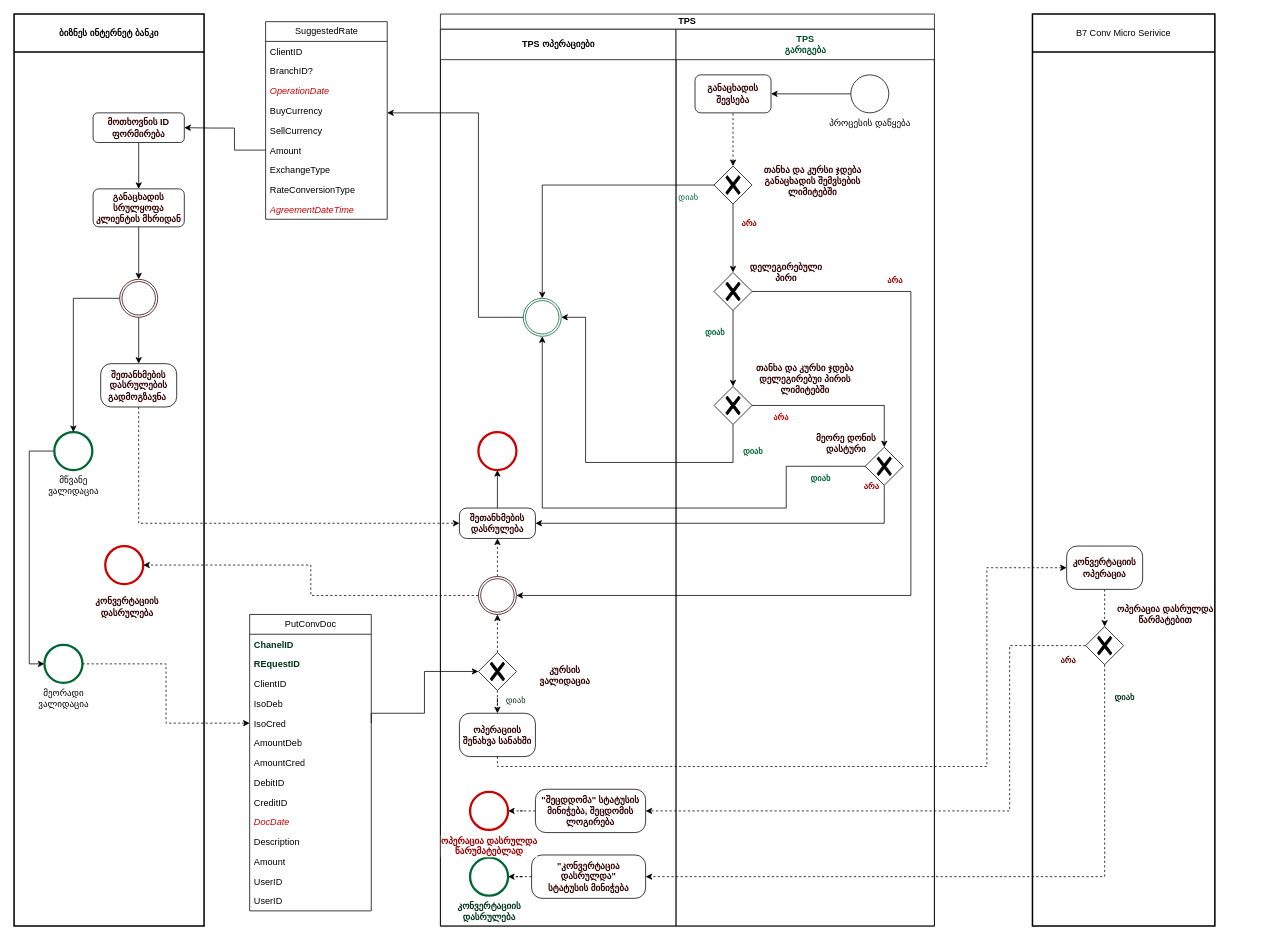
The draw.io diagram page "შეღავთიანი კურსზე სიტყვიერი შეთანხმება" (2 of 4) of RateDealProcessDiagram.drawio in vaso514d/drawio, before the edit. Source tidied: cells renumbered, new cells numbered last; positions are measured from the earlier drawing's top-left corner, leaving out a move shared by most shapes. Both pictures are drawn from the tidied source at 76%, with x=0, y=0 at pixel (14, 14).
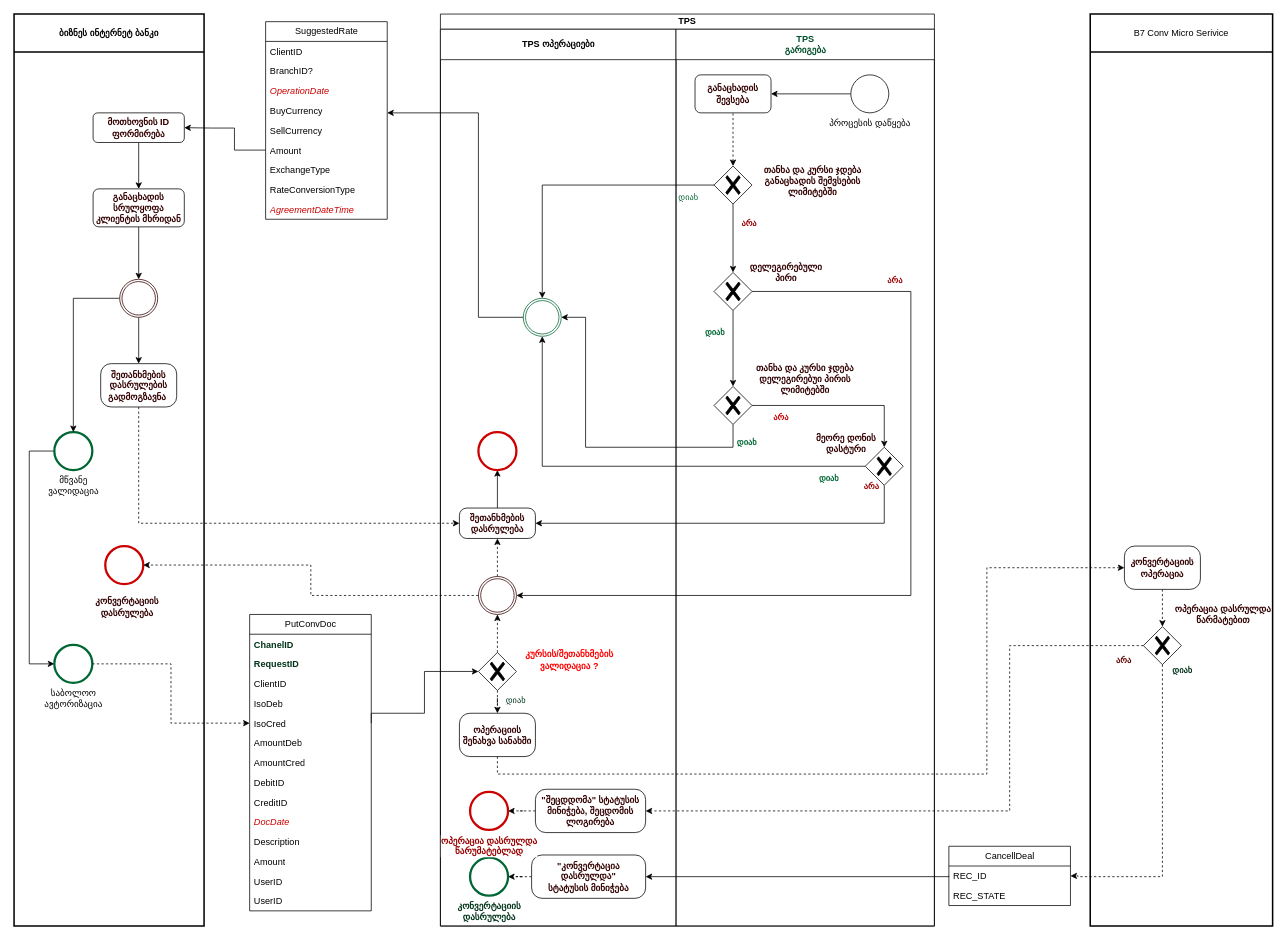
The same page after the edit.

The change refers to these unchanged cells:
```xml
<mxCell id="2" value="&lt;b&gt;ბიზნეს ინტერნეტ ბანკი&lt;/b&gt;" style="swimlane;html=1;startSize=50;fontStyle=0;horizontal=1;swimlaneLine=1;strokeWidth=2;swimlaneFillColor=#ffffff;whiteSpace=wrap;" parent="1" vertex="1">
  <mxGeometry width="250" height="1200" as="geometry" />
</mxCell>
<mxCell id="16" value="TPS" style="swimlane;html=1;startSize=20;whiteSpace=wrap;" parent="1" vertex="1">
  <mxGeometry x="561" width="650" height="1200" as="geometry" />
</mxCell>
<mxCell id="25" value="TPS ოპერაციები" style="swimlane;html=1;startSize=40;" parent="16" vertex="1">
  <mxGeometry y="20" width="310" height="1180" as="geometry" />
</mxCell>
<mxCell id="26" style="points=[[0.145,0.145,0],[0.5,0,0],[0.855,0.145,0],[1,0.5,0],[0.855,0.855,0],[0.5,1,0],[0.145,0.855,0],[0,0.5,0]];shape=mxgraph.bpmn.event;html=1;verticalLabelPosition=bottom;labelBackgroundColor=#ffffff;verticalAlign=top;align=center;perimeter=ellipsePerimeter;outlineConnect=0;outline=throwing;symbol=general;strokeColor=#006633;" parent="25" vertex="1">
  <mxGeometry x="109" y="354" width="50" height="50" as="geometry" />
</mxCell>
<mxCell id="34" value="&lt;b&gt;ოპერაციის შენახვა სანახში&lt;/b&gt;" style="rounded=1;whiteSpace=wrap;html=1;labelBackgroundColor=none;fontColor=#330000;arcSize=24;" parent="25" vertex="1">
  <mxGeometry x="25" y="900" width="100" height="57" as="geometry" />
</mxCell>
<mxCell id="39" value="&lt;b&gt;&quot;კონვერტაცია დასრულდა&quot;&lt;br&gt;სტატუსის მინიჭება&lt;br&gt;&lt;/b&gt;" style="rounded=1;whiteSpace=wrap;html=1;labelBackgroundColor=none;fontColor=#330000;arcSize=24;" parent="25" vertex="1">
  <mxGeometry x="120" y="1086.5" width="150" height="57" as="geometry" />
</mxCell>
<mxCell id="47" style="points=[[0.25,0.25,0],[0.5,0,0],[0.75,0.25,0],[1,0.5,0],[0.75,0.75,0],[0.5,1,0],[0.25,0.75,0],[0,0.5,0]];shape=mxgraph.bpmn.gateway2;html=1;verticalLabelPosition=bottom;labelBackgroundColor=#ffffff;verticalAlign=top;align=center;perimeter=rhombusPerimeter;outlineConnect=0;outline=none;symbol=none;gwType=exclusive;fontColor=#CC0000;" parent="45" vertex="1">
  <mxGeometry x="50" y="470" width="50" height="50" as="geometry" />
</mxCell>
<mxCell id="49" style="points=[[0.25,0.25,0],[0.5,0,0],[0.75,0.25,0],[1,0.5,0],[0.75,0.75,0],[0.5,1,0],[0.25,0.75,0],[0,0.5,0]];shape=mxgraph.bpmn.gateway2;html=1;verticalLabelPosition=bottom;labelBackgroundColor=#ffffff;verticalAlign=top;align=center;perimeter=rhombusPerimeter;outlineConnect=0;outline=none;symbol=none;gwType=exclusive;fontColor=#006633;" parent="45" vertex="1">
  <mxGeometry x="249" y="550" width="50" height="50" as="geometry" />
</mxCell>
<mxCell id="78" value="&lt;b&gt;კონვერტაციის&lt;br&gt;ოპერაცია&lt;br&gt;&lt;/b&gt;" style="rounded=1;whiteSpace=wrap;html=1;labelBackgroundColor=none;fontColor=#330000;arcSize=24;" parent="76" vertex="1">
  <mxGeometry x="45" y="700" width="100" height="57" as="geometry" />
</mxCell>
<mxCell id="79" style="points=[[0.25,0.25,0],[0.5,0,0],[0.75,0.25,0],[1,0.5,0],[0.75,0.75,0],[0.5,1,0],[0.25,0.75,0],[0,0.5,0]];shape=mxgraph.bpmn.gateway2;html=1;verticalLabelPosition=bottom;labelBackgroundColor=#ffffff;verticalAlign=top;align=center;perimeter=rhombusPerimeter;outlineConnect=0;outline=none;symbol=none;gwType=exclusive;fontColor=#CC0000;" parent="76" vertex="1">
  <mxGeometry x="70" y="806" width="50" height="50" as="geometry" />
</mxCell>
<mxCell id="82" value="PutConvDoc" style="swimlane;fontStyle=0;horizontal=1;startSize=26;fillColor=none;html=1;fontColor=#000000;" parent="1" vertex="1">
  <mxGeometry x="310" y="790" width="160" height="390" as="geometry" />
</mxCell>
```

Change to the diagram source:
```diff
@@
-    <mxCell id="13" value="მეორადი&lt;br&gt;ვალიდაცია" style="points=[[0.145,0.145,0],[0.5,0,0],[0.855,0.145,0],[1,0.5,0],[0.855,0.855,0],[0.5,1,0],[0.145,0.855,0],[0,0.5,0]];shape=mxgraph.bpmn.event;html=1;verticalLabelPosition=bottom;labelBackgroundColor=#ffffff;verticalAlign=top;align=center;perimeter=ellipsePerimeter;outlineConnect=0;outline=end;symbol=terminate2;fontColor=#000000;strokeColor=#006633;" parent="2" vertex="1">
-      <mxGeometry x="40" y="830" width="50" height="50" as="geometry" />
+    <mxCell id="13" value="საბოლოო&lt;br&gt;ავტორიზაცია" style="points=[[0.145,0.145,0],[0.5,0,0],[0.855,0.145,0],[1,0.5,0],[0.855,0.855,0],[0.5,1,0],[0.145,0.855,0],[0,0.5,0]];shape=mxgraph.bpmn.event;html=1;verticalLabelPosition=bottom;labelBackgroundColor=#ffffff;verticalAlign=top;align=center;perimeter=ellipsePerimeter;outlineConnect=0;outline=end;symbol=terminate2;fontColor=#000000;strokeColor=#006633;" parent="2" vertex="1">
+      <mxGeometry x="53" y="830" width="50" height="50" as="geometry" />
     </mxCell>
@@
     <mxCell id="17" style="edgeStyle=orthogonalEdgeStyle;rounded=0;jettySize=auto;html=1;fontColor=#006633;startArrow=none;startFill=0;entryX=0.5;entryY=1;entryDx=0;entryDy=0;entryPerimeter=0;exitX=0;exitY=0.5;exitDx=0;exitDy=0;exitPerimeter=0;" parent="16" edge="1" source="49" target="26">
       <mxGeometry relative="1" as="geometry">
         <Array as="points">
-          <mxPoint x="455" y="595" />
-          <mxPoint x="455" y="650" />
-          <mxPoint x="134" y="650" />
+          <mxPoint x="134" y="595" />
         </Array>
       </mxGeometry>
     </mxCell>
@@
     <mxCell id="19" style="edgeStyle=orthogonalEdgeStyle;rounded=0;jettySize=auto;html=1;exitX=0.5;exitY=1;exitDx=0;exitDy=0;exitPerimeter=0;entryX=1;entryY=0.5;entryDx=0;entryDy=0;entryPerimeter=0;" parent="16" edge="1" source="47" target="26">
       <mxGeometry relative="1" as="geometry">
         <Array as="points">
-          <mxPoint x="285" y="590" />
-          <mxPoint x="191" y="590" />
-          <mxPoint x="191" y="400" />
+          <mxPoint x="385" y="570" />
+          <mxPoint x="191" y="570" />
+          <mxPoint x="191" y="399" />
         </Array>
       </mxGeometry>
     </mxCell>
@@
-    <mxCell id="33" value="&lt;font color=&quot;#330000&quot;&gt;კურსის&lt;br&gt;ვალიდაცია&lt;br&gt;&lt;/font&gt;" style="text;html=1;strokeColor=none;fillColor=none;align=center;verticalAlign=middle;whiteSpace=wrap;rounded=0;fontColor=#CC0000;fontStyle=1;" parent="25" vertex="1">
-      <mxGeometry x="119" y="830" width="90" height="40" as="geometry" />
+    <mxCell id="33" value="&lt;font&gt;კურსის/შეთანხმების&lt;br&gt;ვალიდაცია ?&lt;br&gt;&lt;/font&gt;" style="text;html=1;strokeColor=none;fillColor=none;align=center;verticalAlign=middle;whiteSpace=wrap;rounded=0;fontColor=#FF0000;fontStyle=1;" parent="25" vertex="1">
+      <mxGeometry x="100" y="810" width="140" height="40" as="geometry" />
     </mxCell>
@@
     <mxCell id="76" value="B7 Conv Micro Serivice" style="swimlane;html=1;startSize=50;fontStyle=0;horizontal=1;swimlaneLine=1;strokeWidth=2;swimlaneFillColor=#ffffff;whiteSpace=wrap;" parent="1" vertex="1">
-      <mxGeometry x="1340" width="240" height="1200" as="geometry" />
+      <mxGeometry x="1416" width="240" height="1200" as="geometry" />
     </mxCell>
@@
-    <mxCell id="84" value="REquestID" style="text;strokeColor=none;fillColor=none;align=left;verticalAlign=top;spacingLeft=4;spacingRight=4;overflow=hidden;whiteSpace=wrap;html=1;fontColor=#00331A;fontStyle=1;" parent="82" vertex="1">
+    <mxCell id="84" value="RequestID" style="text;strokeColor=none;fillColor=none;align=left;verticalAlign=top;spacingLeft=4;spacingRight=4;overflow=hidden;whiteSpace=wrap;html=1;fontColor=#00331A;fontStyle=1;" parent="82" vertex="1">
       <mxGeometry y="52" width="160" height="26" as="geometry" />
     </mxCell>
@@
     <mxCell id="98" style="edgeStyle=orthogonalEdgeStyle;rounded=0;jettySize=auto;html=1;entryX=0;entryY=0.5;entryDx=0;entryDy=0;dashed=1;fontColor=#00331A;exitX=0.5;exitY=1;exitDx=0;exitDy=0;" parent="1" edge="1" source="34" target="78">
       <mxGeometry relative="1" as="geometry">
         <Array as="points">
-          <mxPoint x="636" y="990" />
-          <mxPoint x="1280" y="990" />
+          <mxPoint x="636" y="1000" />
+          <mxPoint x="1280" y="1000" />
           <mxPoint x="1280" y="729" />
         </Array>
       </mxGeometry>
     </mxCell>
@@
-    <mxCell id="100" style="edgeStyle=orthogonalEdgeStyle;rounded=0;jettySize=auto;html=1;dashed=1;fontColor=#00331A;entryX=1;entryY=0.5;entryDx=0;entryDy=0;exitX=0.5;exitY=1;exitDx=0;exitDy=0;exitPerimeter=0;" parent="1" edge="1" source="79" target="39">
+    <mxCell id="100" style="edgeStyle=orthogonalEdgeStyle;rounded=0;jettySize=auto;html=1;dashed=1;fontColor=#00331A;entryX=1;entryY=0.5;entryDx=0;entryDy=0;exitX=0.5;exitY=1;exitDx=0;exitDy=0;exitPerimeter=0;" parent="1" edge="1" source="79" target="105">
       <mxGeometry relative="1" as="geometry">
         <Array as="points">
-          <mxPoint x="1435" y="1135" />
+          <mxPoint x="1511" y="1135" />
+          <mxPoint x="1400" y="1135" />
         </Array>
       </mxGeometry>
     </mxCell>
@@
+    <mxCell id="104" value="CancellDeal" style="swimlane;fontStyle=0;horizontal=1;startSize=26;fillColor=none;html=1;fontColor=#000000;" parent="1" vertex="1">
+      <mxGeometry x="1230" y="1095" width="160" height="78" as="geometry" />
+    </mxCell>
+    <mxCell id="105" value="REC_ID" style="text;strokeColor=none;fillColor=none;align=left;verticalAlign=top;spacingLeft=4;spacingRight=4;overflow=hidden;points=[[0,0.5],[1,0.5]];portConstraint=eastwest;whiteSpace=wrap;html=1;fontColor=#000000;" parent="104" vertex="1">
+      <mxGeometry y="26" width="160" height="26" as="geometry" />
+    </mxCell>
+    <mxCell id="106" value="REC_STATE" style="text;strokeColor=none;fillColor=none;align=left;verticalAlign=top;spacingLeft=4;spacingRight=4;overflow=hidden;whiteSpace=wrap;html=1;fontColor=#000000;" parent="104" vertex="1">
+      <mxGeometry y="52" width="160" height="26" as="geometry" />
+    </mxCell>
+    <mxCell id="107" style="edgeStyle=orthogonalEdgeStyle;rounded=0;jettySize=auto;html=1;entryX=1;entryY=0.5;entryDx=0;entryDy=0;fontColor=#FF0000;exitX=0;exitY=0.5;exitDx=0;exitDy=0;" parent="1" edge="1" source="105" target="39">
+      <mxGeometry relative="1" as="geometry">
+        <Array as="points">
+          <mxPoint x="1230" y="1135" />
+        </Array>
+      </mxGeometry>
+    </mxCell>
```
